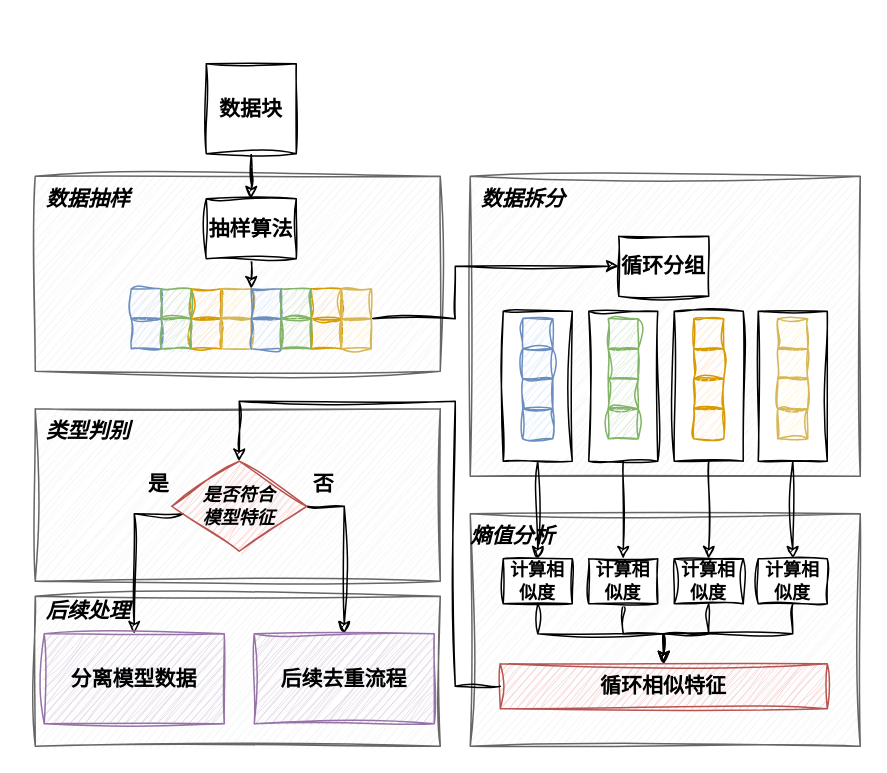
Before: figures/0306数据类型鉴别模块.drawio in lucky6six/SJTU-lz, a draw.io diagram. Source tidied: cells renumbered, new cells numbered last; positions are measured from the earlier drawing's top-left corner, leaving out a move shared by most shapes. Both pictures are drawn from the tidied source at 150%, with x=0, y=0 at pixel (27, 63).
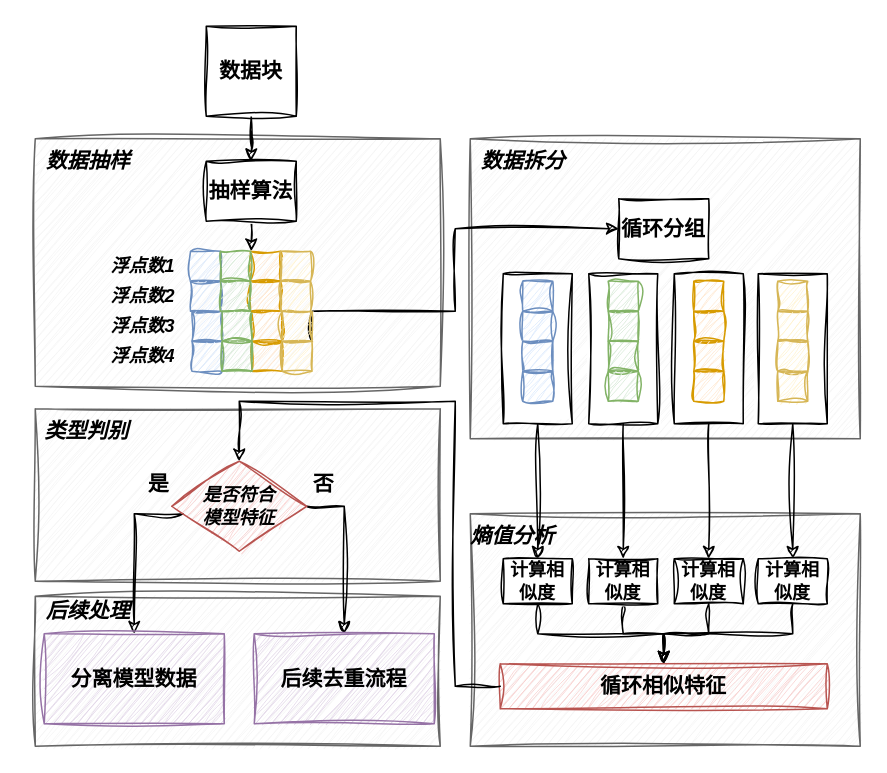
The same page after the edit.

Change to the diagram source:
```diff
@@
     <mxCell id="4" style="rounded=0;whiteSpace=wrap;html=1;fontSize=14;fontStyle=1;sketch=1;curveFitting=1;jiggle=2;fillColor=#f5f5f5;fontColor=#333333;strokeColor=#666666;" parent="1" vertex="1">
-      <mxGeometry x="295" y="75" width="260" height="200" as="geometry" />
+      <mxGeometry x="295" y="50" width="260" height="200" as="geometry" />
     </mxCell>
     <mxCell id="5" style="rounded=0;whiteSpace=wrap;html=1;fontSize=14;fontStyle=1;sketch=1;curveFitting=1;jiggle=2;" parent="1" vertex="1">
-      <mxGeometry x="317" y="165" width="46" height="100" as="geometry" />
+      <mxGeometry x="317" y="140" width="46" height="100" as="geometry" />
     </mxCell>
     <mxCell id="6" style="rounded=0;whiteSpace=wrap;html=1;fontSize=14;fontStyle=1;sketch=1;curveFitting=1;jiggle=2;" parent="1" vertex="1">
-      <mxGeometry x="374" y="165" width="46" height="100" as="geometry" />
+      <mxGeometry x="374" y="140" width="46" height="100" as="geometry" />
     </mxCell>
     <mxCell id="7" style="rounded=0;whiteSpace=wrap;html=1;fontSize=14;fontStyle=1;sketch=1;curveFitting=1;jiggle=2;" parent="1" vertex="1">
-      <mxGeometry x="431" y="165" width="46" height="100" as="geometry" />
+      <mxGeometry x="431" y="140" width="46" height="100" as="geometry" />
     </mxCell>
     <mxCell id="8" style="rounded=0;whiteSpace=wrap;html=1;fontSize=14;fontStyle=1;sketch=1;curveFitting=1;jiggle=2;" parent="1" vertex="1">
-      <mxGeometry x="487" y="165" width="46" height="100" as="geometry" />
+      <mxGeometry x="487" y="140" width="46" height="100" as="geometry" />
     </mxCell>
     <mxCell id="9" style="rounded=0;whiteSpace=wrap;html=1;fontSize=14;fontStyle=1;sketch=1;curveFitting=1;jiggle=2;fillColor=#f5f5f5;fontColor=#333333;strokeColor=#666666;" parent="1" vertex="1">
-      <mxGeometry x="5" y="75" width="270" height="130" as="geometry" />
+      <mxGeometry x="5" y="50" width="270" height="165" as="geometry" />
     </mxCell>
@@
     <mxCell id="12" value="数据块" style="rounded=0;whiteSpace=wrap;html=1;fontSize=14;fontStyle=1;sketch=1;curveFitting=1;jiggle=2;" parent="1" vertex="1">
-      <mxGeometry x="119" width="60" height="60" as="geometry" />
+      <mxGeometry x="119" y="-25" width="60" height="60" as="geometry" />
     </mxCell>
     <mxCell id="13" value="数据抽样" style="text;html=1;align=center;verticalAlign=middle;strokeColor=none;fillColor=none;fontSize=14;fontStyle=3;sketch=1;curveFitting=1;jiggle=2;" parent="1" vertex="1">
-      <mxGeometry y="75" width="80" height="30" as="geometry" />
+      <mxGeometry y="50" width="80" height="30" as="geometry" />
     </mxCell>
     <mxCell id="14" style="edgeStyle=orthogonalEdgeStyle;rounded=0;jettySize=auto;html=1;fontSize=14;fontStyle=1;sketch=1;curveFitting=1;jiggle=2;" parent="1" edge="1" source="15">
       <mxGeometry relative="1" as="geometry">
-        <mxPoint x="149" y="150" as="targetPoint" />
+        <mxPoint x="149" y="125" as="targetPoint" />
       </mxGeometry>
     </mxCell>
     <mxCell id="15" value="抽样算法" style="rounded=0;whiteSpace=wrap;html=1;fontSize=14;fontStyle=1;sketch=1;curveFitting=1;jiggle=2;" parent="1" vertex="1">
-      <mxGeometry x="119" y="90" width="60" height="40" as="geometry" />
+      <mxGeometry x="119" y="65" width="60" height="40" as="geometry" />
     </mxCell>
     <mxCell id="16" style="rounded=0;whiteSpace=wrap;html=1;fillColor=#ffe6cc;strokeColor=#d79b00;fontSize=14;fontStyle=1;sketch=1;curveFitting=1;jiggle=2;" parent="1" vertex="1">
-      <mxGeometry x="109" y="150" width="20" height="20" as="geometry" />
+      <mxGeometry x="148.5" y="125" width="20" height="20" as="geometry" />
     </mxCell>
     <mxCell id="17" style="rounded=0;whiteSpace=wrap;html=1;fillColor=#fff2cc;strokeColor=#d6b656;fontSize=14;fontStyle=1;sketch=1;curveFitting=1;jiggle=2;" parent="1" vertex="1">
-      <mxGeometry x="129" y="150" width="20" height="20" as="geometry" />
+      <mxGeometry x="168.5" y="125" width="20" height="20" as="geometry" />
     </mxCell>
     <mxCell id="18" style="rounded=0;whiteSpace=wrap;html=1;fillColor=#dae8fc;strokeColor=#6c8ebf;fontSize=14;fontStyle=1;sketch=1;curveFitting=1;jiggle=2;" parent="1" vertex="1">
-      <mxGeometry x="69" y="150" width="20" height="20" as="geometry" />
+      <mxGeometry x="108.5" y="125" width="20" height="20" as="geometry" />
     </mxCell>
     <mxCell id="19" style="rounded=0;whiteSpace=wrap;html=1;fillColor=#d5e8d4;strokeColor=#82b366;fontSize=14;fontStyle=1;sketch=1;curveFitting=1;jiggle=2;" parent="1" vertex="1">
-      <mxGeometry x="89" y="150" width="20" height="20" as="geometry" />
+      <mxGeometry x="128.5" y="125" width="20" height="20" as="geometry" />
     </mxCell>
     <mxCell id="20" value="数据拆分" style="text;html=1;align=center;verticalAlign=middle;strokeColor=none;fillColor=none;fontSize=14;fontStyle=3;sketch=1;curveFitting=1;jiggle=2;" parent="1" vertex="1">
-      <mxGeometry x="290" y="75" width="80" height="30" as="geometry" />
+      <mxGeometry x="290" y="50" width="80" height="30" as="geometry" />
     </mxCell>
     <mxCell id="21" value="循环分组" style="rounded=0;whiteSpace=wrap;html=1;fontSize=14;fontStyle=1;sketch=1;curveFitting=1;jiggle=2;" parent="1" vertex="1">
-      <mxGeometry x="394" y="115" width="60" height="40" as="geometry" />
+      <mxGeometry x="394" y="90" width="60" height="40" as="geometry" />
     </mxCell>
     <mxCell id="22" style="rounded=0;whiteSpace=wrap;html=1;fillColor=#ffe6cc;strokeColor=#d79b00;fontSize=14;fontStyle=1;sketch=1;curveFitting=1;jiggle=2;" parent="1" vertex="1">
-      <mxGeometry x="189" y="150" width="20" height="20" as="geometry" />
+      <mxGeometry x="149.5" y="165" width="20" height="20" as="geometry" />
     </mxCell>
     <mxCell id="23" style="edgeStyle=orthogonalEdgeStyle;rounded=0;jettySize=auto;html=1;exitX=1;exitY=1;exitDx=0;exitDy=0;entryX=0;entryY=0.5;entryDx=0;entryDy=0;fontSize=14;fontStyle=1;sketch=1;curveFitting=1;jiggle=2;" parent="1" edge="1" source="24" target="21">
       <mxGeometry relative="1" as="geometry">
         <Array as="points">
-          <mxPoint x="285" y="170" />
-          <mxPoint x="285" y="135" />
+          <mxPoint x="189" y="165" />
+          <mxPoint x="285" y="165" />
+          <mxPoint x="285" y="110" />
         </Array>
       </mxGeometry>
     </mxCell>
     <mxCell id="24" style="rounded=0;whiteSpace=wrap;html=1;fillColor=#fff2cc;strokeColor=#d6b656;fontSize=14;fontStyle=1;sketch=1;curveFitting=1;jiggle=2;" parent="1" vertex="1">
-      <mxGeometry x="209" y="150" width="20" height="20" as="geometry" />
+      <mxGeometry x="169.5" y="165" width="20" height="20" as="geometry" />
     </mxCell>
     <mxCell id="25" style="rounded=0;whiteSpace=wrap;html=1;fillColor=#dae8fc;strokeColor=#6c8ebf;fontSize=14;fontStyle=1;sketch=1;curveFitting=1;jiggle=2;" parent="1" vertex="1">
-      <mxGeometry x="149" y="150" width="20" height="20" as="geometry" />
+      <mxGeometry x="109.5" y="165" width="20" height="20" as="geometry" />
     </mxCell>
     <mxCell id="26" style="rounded=0;whiteSpace=wrap;html=1;fillColor=#d5e8d4;strokeColor=#82b366;fontSize=14;fontStyle=1;sketch=1;curveFitting=1;jiggle=2;" parent="1" vertex="1">
-      <mxGeometry x="169" y="150" width="20" height="20" as="geometry" />
+      <mxGeometry x="129.5" y="165" width="20" height="20" as="geometry" />
     </mxCell>
     <mxCell id="27" style="rounded=0;whiteSpace=wrap;html=1;fillColor=#ffe6cc;strokeColor=#d79b00;fontSize=14;fontStyle=1;sketch=1;curveFitting=1;jiggle=2;" parent="1" vertex="1">
-      <mxGeometry x="109" y="170" width="20" height="20" as="geometry" />
+      <mxGeometry x="148.5" y="145" width="20" height="20" as="geometry" />
     </mxCell>
     <mxCell id="28" style="rounded=0;whiteSpace=wrap;html=1;fillColor=#fff2cc;strokeColor=#d6b656;fontSize=14;fontStyle=1;sketch=1;curveFitting=1;jiggle=2;" parent="1" vertex="1">
-      <mxGeometry x="129" y="170" width="20" height="20" as="geometry" />
+      <mxGeometry x="168.5" y="145" width="20" height="20" as="geometry" />
     </mxCell>
     <mxCell id="29" style="rounded=0;whiteSpace=wrap;html=1;fillColor=#dae8fc;strokeColor=#6c8ebf;fontSize=14;fontStyle=1;sketch=1;curveFitting=1;jiggle=2;" parent="1" vertex="1">
-      <mxGeometry x="69" y="170" width="20" height="20" as="geometry" />
+      <mxGeometry x="108.5" y="145" width="20" height="20" as="geometry" />
     </mxCell>
     <mxCell id="30" style="rounded=0;whiteSpace=wrap;html=1;fillColor=#d5e8d4;strokeColor=#82b366;fontSize=14;fontStyle=1;sketch=1;curveFitting=1;jiggle=2;" parent="1" vertex="1">
-      <mxGeometry x="89" y="170" width="20" height="20" as="geometry" />
+      <mxGeometry x="128.5" y="145" width="20" height="20" as="geometry" />
     </mxCell>
     <mxCell id="31" style="rounded=0;whiteSpace=wrap;html=1;fillColor=#ffe6cc;strokeColor=#d79b00;fontSize=14;fontStyle=1;sketch=1;curveFitting=1;jiggle=2;" parent="1" vertex="1">
-      <mxGeometry x="189" y="170" width="20" height="20" as="geometry" />
+      <mxGeometry x="149.5" y="185" width="20" height="20" as="geometry" />
     </mxCell>
     <mxCell id="32" style="rounded=0;whiteSpace=wrap;html=1;fillColor=#fff2cc;strokeColor=#d6b656;fontSize=14;fontStyle=1;sketch=1;curveFitting=1;jiggle=2;" parent="1" vertex="1">
-      <mxGeometry x="209" y="170" width="20" height="20" as="geometry" />
+      <mxGeometry x="169.5" y="185" width="20" height="20" as="geometry" />
     </mxCell>
     <mxCell id="33" style="rounded=0;whiteSpace=wrap;html=1;fillColor=#dae8fc;strokeColor=#6c8ebf;fontSize=14;fontStyle=1;sketch=1;curveFitting=1;jiggle=2;" parent="1" vertex="1">
-      <mxGeometry x="149" y="170" width="20" height="20" as="geometry" />
+      <mxGeometry x="109.5" y="185" width="20" height="20" as="geometry" />
     </mxCell>
     <mxCell id="34" style="rounded=0;whiteSpace=wrap;html=1;fillColor=#d5e8d4;strokeColor=#82b366;fontSize=14;fontStyle=1;sketch=1;curveFitting=1;jiggle=2;" parent="1" vertex="1">
-      <mxGeometry x="169" y="170" width="20" height="20" as="geometry" />
+      <mxGeometry x="129.5" y="185" width="20" height="20" as="geometry" />
     </mxCell>
     <mxCell id="35" style="rounded=0;whiteSpace=wrap;html=1;fillColor=#ffe6cc;strokeColor=#d79b00;fontSize=14;fontStyle=1;sketch=1;curveFitting=1;jiggle=2;" parent="1" vertex="1">
-      <mxGeometry x="444" y="170" width="20" height="20" as="geometry" />
+      <mxGeometry x="444" y="145" width="20" height="20" as="geometry" />
     </mxCell>
     <mxCell id="36" style="rounded=0;whiteSpace=wrap;html=1;fillColor=#fff2cc;strokeColor=#d6b656;fontSize=14;fontStyle=1;sketch=1;curveFitting=1;jiggle=2;" parent="1" vertex="1">
-      <mxGeometry x="500" y="170" width="20" height="20" as="geometry" />
+      <mxGeometry x="500" y="145" width="20" height="20" as="geometry" />
     </mxCell>
     <mxCell id="37" style="rounded=0;whiteSpace=wrap;html=1;fillColor=#dae8fc;strokeColor=#6c8ebf;fontSize=14;fontStyle=1;sketch=1;curveFitting=1;jiggle=2;" parent="1" vertex="1">
-      <mxGeometry x="330" y="170" width="20" height="20" as="geometry" />
+      <mxGeometry x="330" y="145" width="20" height="20" as="geometry" />
     </mxCell>
     <mxCell id="38" style="rounded=0;whiteSpace=wrap;html=1;fillColor=#d5e8d4;strokeColor=#82b366;fontSize=14;fontStyle=1;sketch=1;curveFitting=1;jiggle=2;" parent="1" vertex="1">
-      <mxGeometry x="387" y="170" width="20" height="20" as="geometry" />
+      <mxGeometry x="387" y="145" width="20" height="20" as="geometry" />
     </mxCell>
     <mxCell id="39" style="rounded=0;whiteSpace=wrap;html=1;fillColor=#ffe6cc;strokeColor=#d79b00;fontSize=14;fontStyle=1;sketch=1;curveFitting=1;jiggle=2;" parent="1" vertex="1">
-      <mxGeometry x="444" y="190" width="20" height="20" as="geometry" />
+      <mxGeometry x="444" y="165" width="20" height="20" as="geometry" />
     </mxCell>
     <mxCell id="40" style="rounded=0;whiteSpace=wrap;html=1;fillColor=#fff2cc;strokeColor=#d6b656;fontSize=14;fontStyle=1;sketch=1;curveFitting=1;jiggle=2;" parent="1" vertex="1">
-      <mxGeometry x="500" y="190" width="20" height="20" as="geometry" />
+      <mxGeometry x="500" y="165" width="20" height="20" as="geometry" />
     </mxCell>
     <mxCell id="41" style="rounded=0;whiteSpace=wrap;html=1;fillColor=#dae8fc;strokeColor=#6c8ebf;fontSize=14;fontStyle=1;sketch=1;curveFitting=1;jiggle=2;" parent="1" vertex="1">
-      <mxGeometry x="330" y="190" width="20" height="20" as="geometry" />
+      <mxGeometry x="330" y="165" width="20" height="20" as="geometry" />
     </mxCell>
     <mxCell id="42" style="rounded=0;whiteSpace=wrap;html=1;fillColor=#d5e8d4;strokeColor=#82b366;fontSize=14;fontStyle=1;sketch=1;curveFitting=1;jiggle=2;" parent="1" vertex="1">
-      <mxGeometry x="387" y="190" width="20" height="20" as="geometry" />
+      <mxGeometry x="387" y="165" width="20" height="20" as="geometry" />
     </mxCell>
     <mxCell id="43" style="rounded=0;whiteSpace=wrap;html=1;fillColor=#ffe6cc;strokeColor=#d79b00;fontSize=14;fontStyle=1;sketch=1;curveFitting=1;jiggle=2;" parent="1" vertex="1">
-      <mxGeometry x="444" y="210" width="20" height="20" as="geometry" />
+      <mxGeometry x="444" y="185" width="20" height="20" as="geometry" />
     </mxCell>
     <mxCell id="44" style="rounded=0;whiteSpace=wrap;html=1;fillColor=#fff2cc;strokeColor=#d6b656;fontSize=14;fontStyle=1;sketch=1;curveFitting=1;jiggle=2;" parent="1" vertex="1">
-      <mxGeometry x="500" y="210" width="20" height="20" as="geometry" />
+      <mxGeometry x="500" y="185" width="20" height="20" as="geometry" />
     </mxCell>
     <mxCell id="45" style="rounded=0;whiteSpace=wrap;html=1;fillColor=#dae8fc;strokeColor=#6c8ebf;fontSize=14;fontStyle=1;sketch=1;curveFitting=1;jiggle=2;" parent="1" vertex="1">
-      <mxGeometry x="330" y="210" width="20" height="20" as="geometry" />
+      <mxGeometry x="330" y="185" width="20" height="20" as="geometry" />
     </mxCell>
     <mxCell id="46" style="rounded=0;whiteSpace=wrap;html=1;fillColor=#d5e8d4;strokeColor=#82b366;fontSize=14;fontStyle=1;sketch=1;curveFitting=1;jiggle=2;" parent="1" vertex="1">
-      <mxGeometry x="387" y="210" width="20" height="20" as="geometry" />
+      <mxGeometry x="387" y="185" width="20" height="20" as="geometry" />
     </mxCell>
     <mxCell id="47" style="rounded=0;whiteSpace=wrap;html=1;fillColor=#ffe6cc;strokeColor=#d79b00;fontSize=14;fontStyle=1;sketch=1;curveFitting=1;jiggle=2;" parent="1" vertex="1">
-      <mxGeometry x="444" y="230" width="20" height="20" as="geometry" />
+      <mxGeometry x="444" y="205" width="20" height="20" as="geometry" />
     </mxCell>
     <mxCell id="48" style="rounded=0;whiteSpace=wrap;html=1;fillColor=#fff2cc;strokeColor=#d6b656;fontSize=14;fontStyle=1;sketch=1;curveFitting=1;jiggle=2;" parent="1" vertex="1">
-      <mxGeometry x="500" y="230" width="20" height="20" as="geometry" />
+      <mxGeometry x="500" y="205" width="20" height="20" as="geometry" />
     </mxCell>
     <mxCell id="49" style="rounded=0;whiteSpace=wrap;html=1;fillColor=#dae8fc;strokeColor=#6c8ebf;fontSize=14;fontStyle=1;sketch=1;curveFitting=1;jiggle=2;" parent="1" vertex="1">
-      <mxGeometry x="330" y="230" width="20" height="20" as="geometry" />
+      <mxGeometry x="330" y="205" width="20" height="20" as="geometry" />
     </mxCell>
     <mxCell id="50" style="rounded=0;whiteSpace=wrap;html=1;fillColor=#d5e8d4;strokeColor=#82b366;fontSize=14;fontStyle=1;sketch=1;curveFitting=1;jiggle=2;" parent="1" vertex="1">
-      <mxGeometry x="387" y="230" width="20" height="20" as="geometry" />
+      <mxGeometry x="387" y="205" width="20" height="20" as="geometry" />
     </mxCell>
@@
     <mxCell id="72" value="类型判别" style="text;html=1;align=center;verticalAlign=middle;strokeColor=none;fillColor=none;fontSize=14;fontStyle=3;sketch=1;curveFitting=1;jiggle=2;" parent="1" vertex="1">
-      <mxGeometry y="230" width="80" height="30" as="geometry" />
+      <mxGeometry x="-1" y="230" width="80" height="30" as="geometry" />
     </mxCell>
@@
+    <mxCell id="75" value="浮点数1" style="text;html=1;whiteSpace=wrap;strokeColor=none;fillColor=none;align=center;verticalAlign=middle;rounded=0;fontStyle=3;" parent="1" vertex="1">
+      <mxGeometry x="47" y="120" width="60" height="30" as="geometry" />
+    </mxCell>
+    <mxCell id="76" value="浮点数2" style="text;html=1;whiteSpace=wrap;strokeColor=none;fillColor=none;align=center;verticalAlign=middle;rounded=0;fontStyle=3;" parent="1" vertex="1">
+      <mxGeometry x="47" y="140" width="60" height="30" as="geometry" />
+    </mxCell>
+    <mxCell id="77" value="浮点数3" style="text;html=1;whiteSpace=wrap;strokeColor=none;fillColor=none;align=center;verticalAlign=middle;rounded=0;fontStyle=3;" parent="1" vertex="1">
+      <mxGeometry x="47" y="160" width="60" height="30" as="geometry" />
+    </mxCell>
+    <mxCell id="78" value="浮点数4" style="text;html=1;whiteSpace=wrap;strokeColor=none;fillColor=none;align=center;verticalAlign=middle;rounded=0;fontStyle=3;" parent="1" vertex="1">
+      <mxGeometry x="47" y="180" width="60" height="30" as="geometry" />
+    </mxCell>
```
